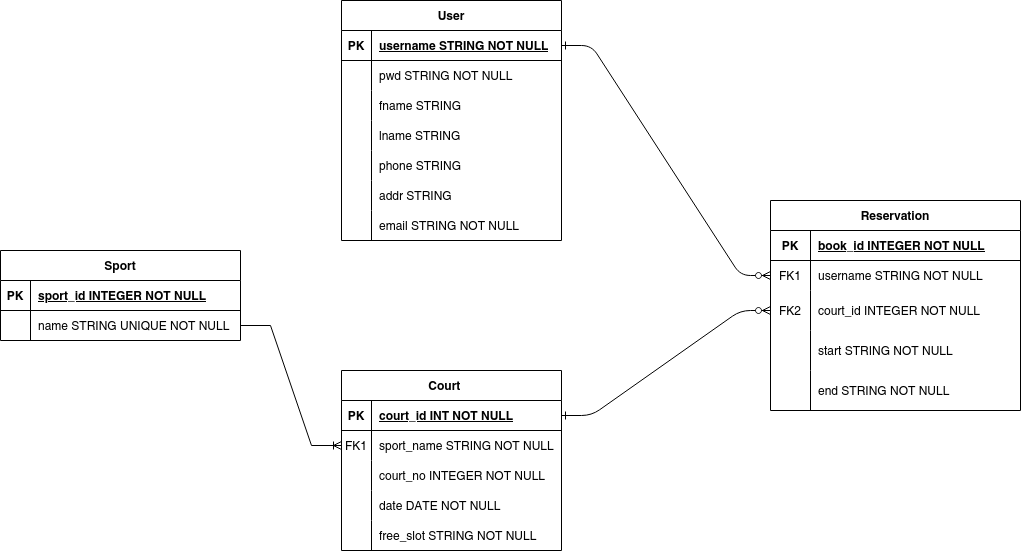
The draw.io diagram uploads/PWP-BYC-diagram.png in tuminguyen/PWP, before a commit. Source tidied: cells renumbered, new cells last; positions are measured from the earlier drawing's top-left corner, leaving out a move shared by most shapes.
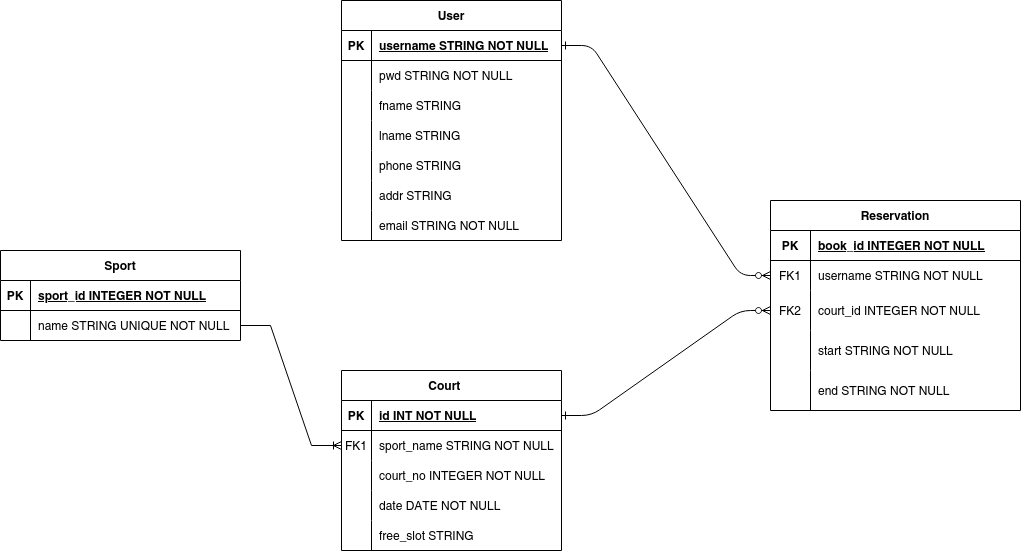
After the commit.

The edit, as a diff of the source:
```diff
@@ -83,7 +83,7 @@
     <mxCell id="28" value="PK" style="shape=partialRectangle;fillColor=none;top=0;left=0;bottom=0;right=0;fontStyle=1;overflow=hidden;" parent="27" vertex="1">
       <mxGeometry width="30" height="30" as="geometry" />
     </mxCell>
-    <mxCell id="29" value="court_id INT NOT NULL " style="shape=partialRectangle;fillColor=none;top=0;left=0;bottom=0;right=0;align=left;spacingLeft=6;fontStyle=5;overflow=hidden;" parent="27" vertex="1">
+    <mxCell id="29" value="id INT NOT NULL " style="shape=partialRectangle;fillColor=none;top=0;left=0;bottom=0;right=0;align=left;spacingLeft=6;fontStyle=5;overflow=hidden;" parent="27" vertex="1">
       <mxGeometry x="30" width="190" height="30" as="geometry" />
     </mxCell>
     <mxCell id="30" style="shape=tableRow;horizontal=0;startSize=0;swimlaneHead=0;swimlaneBody=0;fillColor=none;points=[[0,0.5],[1,0.5]];portConstraint=eastwest;top=0;left=0;right=0;bottom=0;" parent="26" vertex="1">
@@ -119,7 +119,7 @@
     <mxCell id="40" style="shape=partialRectangle;fillColor=none;top=0;left=0;bottom=0;right=0;overflow=hidden;" parent="39" vertex="1">
       <mxGeometry width="30" height="30" as="geometry" />
     </mxCell>
-    <mxCell id="41" value="free_slot STRING NOT NULL" style="shape=partialRectangle;fillColor=none;top=0;left=0;bottom=0;right=0;align=left;spacingLeft=6;overflow=hidden;" parent="39" vertex="1">
+    <mxCell id="41" value="free_slot STRING" style="shape=partialRectangle;fillColor=none;top=0;left=0;bottom=0;right=0;align=left;spacingLeft=6;overflow=hidden;" parent="39" vertex="1">
       <mxGeometry x="30" width="190" height="30" as="geometry" />
     </mxCell>
     <mxCell id="42" value="User" style="shape=table;startSize=30;rowLines=0;fontStyle=1;align=center;" parent="1" vertex="1">
```
